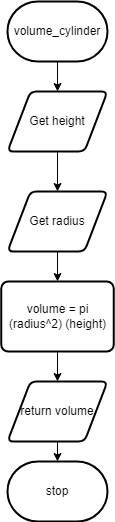
Above: Draw.io/Flowchart.png in Peter-Gemmell/ICS3U-Unit5-04-Python (draw.io), before the change. Source tidied: cells renumbered, new cells last; positions are measured from the earlier drawing's top-left corner, leaving out a move shared by most shapes.
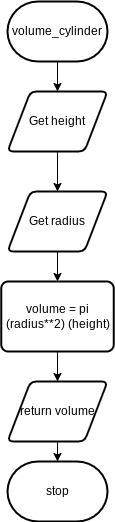
The same file after the commit.

Diff of the diagram source:
```diff
@@ -23,7 +23,7 @@
     <mxCell id="8" style="edgeStyle=none;html=1;exitX=0.5;exitY=1;exitDx=0;exitDy=0;entryX=0.5;entryY=0;entryDx=0;entryDy=0;" parent="1" edge="1" source="9" target="11">
       <mxGeometry relative="1" as="geometry" />
     </mxCell>
-    <mxCell id="9" value="volume = pi (radius^2) (height)" style="rounded=1;whiteSpace=wrap;html=1;absoluteArcSize=1;arcSize=14;strokeWidth=2;" parent="1" vertex="1">
+    <mxCell id="9" value="volume = pi (radius**2) (height)" style="rounded=1;whiteSpace=wrap;html=1;absoluteArcSize=1;arcSize=14;strokeWidth=2;" parent="1" vertex="1">
       <mxGeometry x="-0.2" y="280" width="112.5" height="70" as="geometry" />
     </mxCell>
     <mxCell id="10" style="edgeStyle=none;html=1;exitX=0.5;exitY=1;exitDx=0;exitDy=0;entryX=0.5;entryY=0;entryDx=0;entryDy=0;entryPerimeter=0;" parent="1" edge="1" source="11" target="12">
```
